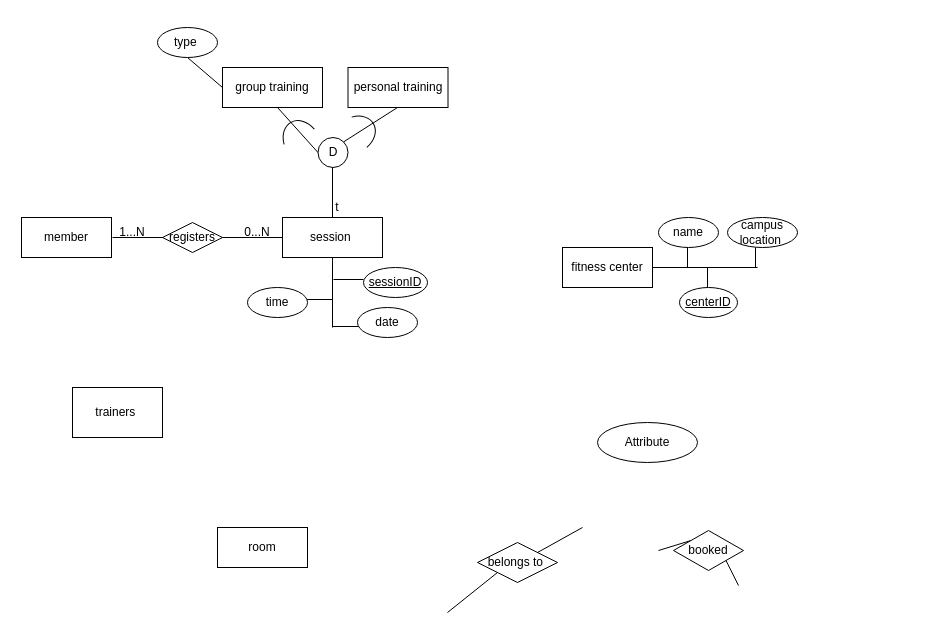
Before: fitness_Club_Extension.drawio in victoriapuck15/ERdiagrams-, a draw.io diagram. Source tidied: cells renumbered, new cells numbered last; positions are measured from the earlier drawing's top-left corner, leaving out a move shared by most shapes. Both pictures are drawn from the tidied source at 100%, with x=0, y=0 at pixel (21, 27).
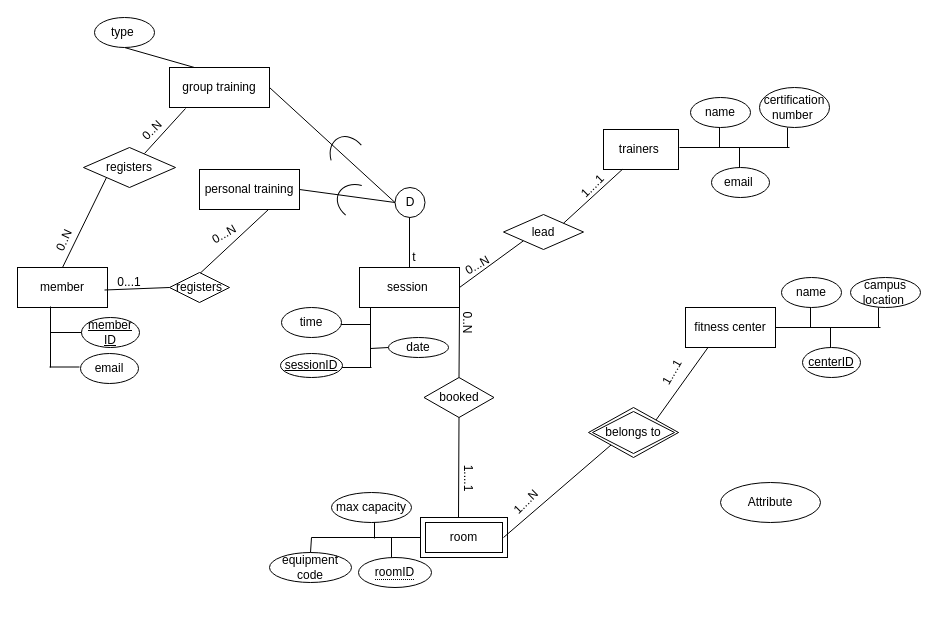
After the change.

The edit, as a diff of the source:
```diff
@@
     <mxCell id="2" value="member" style="rounded=0;whiteSpace=wrap;html=1;" parent="1" vertex="1">
-      <mxGeometry y="190" width="90" height="40" as="geometry" />
+      <mxGeometry x="-4" y="240" width="90" height="40" as="geometry" />
     </mxCell>
     <mxCell id="3" value="session&amp;nbsp;" style="whiteSpace=wrap;html=1;" parent="1" vertex="1">
-      <mxGeometry x="261" y="190" width="100" height="40" as="geometry" />
+      <mxGeometry x="338" y="240" width="100" height="40" as="geometry" />
     </mxCell>
-    <mxCell id="4" value="room" style="whiteSpace=wrap;html=1;" parent="1" vertex="1">
-      <mxGeometry x="196" y="500" width="90" height="40" as="geometry" />
-    </mxCell>
     <mxCell id="5" value="trainers&amp;nbsp;&lt;br&gt;" style="whiteSpace=wrap;html=1;" parent="1" vertex="1">
-      <mxGeometry x="51" y="360" width="90" height="50" as="geometry" />
+      <mxGeometry x="582" y="102" width="75" height="40" as="geometry" />
     </mxCell>
-    <mxCell id="6" style="endArrow=none;html=1;rounded=0;exitX=1;exitY=0.5;exitDx=0;exitDy=0;entryX=0;entryY=0.5;entryDx=0;entryDy=0;" parent="1" edge="1" target="3">
-      <mxGeometry relative="1" as="geometry">
-        <mxPoint x="91" y="210" as="sourcePoint" />
-      </mxGeometry>
+    <mxCell id="6" style="endArrow=none;html=1;rounded=0;exitX=0;exitY=0.75;exitDx=0;exitDy=0;entryX=0.69;entryY=1;entryDx=0;entryDy=0;startArrow=none;entryPerimeter=0;" parent="1" edge="1" source="7" target="29">
+      <mxGeometry relative="1" as="geometry" />
     </mxCell>
-    <mxCell id="7" value="registers" style="shape=rhombus;perimeter=rhombusPerimeter;whiteSpace=wrap;html=1;align=center;" parent="1" vertex="1">
-      <mxGeometry x="141" y="195" width="60" height="30" as="geometry" />
-    </mxCell>
-    <mxCell id="8" value="1...N" style="text;html=1;strokeColor=none;fillColor=none;align=center;verticalAlign=middle;whiteSpace=wrap;rounded=0;" parent="1" vertex="1">
-      <mxGeometry x="86" y="190" width="50" height="30" as="geometry" />
+    <mxCell id="8" value="0...1" style="text;html=1;strokeColor=none;fillColor=none;align=center;verticalAlign=middle;whiteSpace=wrap;rounded=0;" parent="1" vertex="1">
+      <mxGeometry x="83" y="240" width="50" height="30" as="geometry" />
     </mxCell>
-    <mxCell id="9" value="0...N" style="text;html=1;strokeColor=none;fillColor=none;align=center;verticalAlign=middle;whiteSpace=wrap;rounded=0;" parent="1" vertex="1">
-      <mxGeometry x="211" y="190" width="50" height="30" as="geometry" />
+    <mxCell id="9" value="0...N" style="text;html=1;strokeColor=none;fillColor=none;align=center;verticalAlign=middle;whiteSpace=wrap;rounded=0;rotation=-30;" parent="1" vertex="1">
+      <mxGeometry x="178" y="192" width="50" height="30" as="geometry" />
     </mxCell>
     <mxCell id="10" value="fitness center" style="rounded=0;whiteSpace=wrap;html=1;" parent="1" vertex="1">
-      <mxGeometry x="541" y="220" width="90" height="40" as="geometry" />
+      <mxGeometry x="664" y="280" width="90" height="40" as="geometry" />
     </mxCell>
     <mxCell id="11" value="Attribute" style="ellipse;whiteSpace=wrap;html=1;align=center;" parent="1" vertex="1">
-      <mxGeometry x="576" y="395" width="100" height="40" as="geometry" />
+      <mxGeometry x="699" y="455" width="100" height="40" as="geometry" />
     </mxCell>
     <mxCell id="12" value="&lt;u&gt;centerID&lt;/u&gt;" style="ellipse;whiteSpace=wrap;html=1;align=center;" parent="1" vertex="1">
-      <mxGeometry x="658" y="260" width="58" height="30" as="geometry" />
+      <mxGeometry x="781" y="320" width="58" height="30" as="geometry" />
     </mxCell>
     <mxCell id="13" value="name" style="ellipse;whiteSpace=wrap;html=1;align=center;" parent="1" vertex="1">
-      <mxGeometry x="637" y="190" width="60" height="30" as="geometry" />
+      <mxGeometry x="760" y="250" width="60" height="30" as="geometry" />
     </mxCell>
     <mxCell id="14" value="campus location&amp;nbsp;" style="ellipse;whiteSpace=wrap;html=1;align=center;" parent="1" vertex="1">
-      <mxGeometry x="706" y="190" width="70" height="30" as="geometry" />
+      <mxGeometry x="829" y="250" width="70" height="30" as="geometry" />
     </mxCell>
     <mxCell id="15" style="endArrow=none;html=1;rounded=0;exitX=1;exitY=0.5;exitDx=0;exitDy=0;" parent="1" edge="1" source="10">
       <mxGeometry relative="1" as="geometry">
-        <mxPoint x="736" y="240" as="targetPoint" />
+        <mxPoint x="859" y="300" as="targetPoint" />
       </mxGeometry>
     </mxCell>
     <mxCell id="16" style="endArrow=none;html=1;rounded=0;" parent="1" edge="1">
       <mxGeometry relative="1" as="geometry">
-        <mxPoint x="666" y="240" as="sourcePoint" />
-        <mxPoint x="666" y="220" as="targetPoint" />
+        <mxPoint x="789" y="300" as="sourcePoint" />
+        <mxPoint x="789" y="280" as="targetPoint" />
       </mxGeometry>
     </mxCell>
     <mxCell id="17" style="endArrow=none;html=1;rounded=0;" parent="1" edge="1">
       <mxGeometry relative="1" as="geometry">
-        <mxPoint x="686" y="260" as="sourcePoint" />
-        <mxPoint x="686" y="240" as="targetPoint" />
+        <mxPoint x="809" y="320" as="sourcePoint" />
+        <mxPoint x="809" y="300" as="targetPoint" />
       </mxGeometry>
     </mxCell>
     <mxCell id="18" style="endArrow=none;html=1;rounded=0;" parent="1" edge="1">
       <mxGeometry relative="1" as="geometry">
-        <mxPoint x="734" y="220" as="sourcePoint" />
-        <mxPoint x="734" y="240" as="targetPoint" />
+        <mxPoint x="857" y="280" as="sourcePoint" />
+        <mxPoint x="857" y="300" as="targetPoint" />
       </mxGeometry>
     </mxCell>
-    <mxCell id="19" value="belongs to&amp;nbsp;" style="shape=rhombus;perimeter=rhombusPerimeter;whiteSpace=wrap;html=1;align=center;" parent="1" vertex="1">
-      <mxGeometry x="456" y="515" width="80" height="40" as="geometry" />
-    </mxCell>
-    <mxCell id="20" style="endArrow=none;html=1;rounded=0;entryX=0;entryY=1;entryDx=0;entryDy=0;exitX=1;exitY=0.5;exitDx=0;exitDy=0;" parent="1" edge="1" target="19">
+    <mxCell id="20" style="endArrow=none;html=1;rounded=0;entryX=0;entryY=1;entryDx=0;entryDy=0;exitX=1;exitY=0.5;exitDx=0;exitDy=0;startArrow=none;" parent="1" edge="1" source="19">
       <mxGeometry relative="1" as="geometry">
-        <mxPoint x="426" y="585" as="sourcePoint" />
+        <mxPoint x="599" y="405" as="targetPoint" />
       </mxGeometry>
     </mxCell>
-    <mxCell id="21" style="endArrow=none;html=1;rounded=0;exitX=1;exitY=0;exitDx=0;exitDy=0;" parent="1" edge="1" source="19">
-      <mxGeometry relative="1" as="geometry">
-        <mxPoint x="561" y="500" as="targetPoint" />
-      </mxGeometry>
+    <mxCell id="21" style="endArrow=none;html=1;rounded=0;exitX=1;exitY=0;exitDx=0;exitDy=0;entryX=0.25;entryY=1;entryDx=0;entryDy=0;" parent="1" edge="1" source="19" target="10">
+      <mxGeometry relative="1" as="geometry" />
     </mxCell>
-    <mxCell id="22" style="endArrow=none;html=1;rounded=0;exitX=0;exitY=0;exitDx=0;exitDy=0;" parent="1" edge="1" source="23">
-      <mxGeometry relative="1" as="geometry">
-        <mxPoint x="637" y="523" as="targetPoint" />
-      </mxGeometry>
+    <mxCell id="22" style="endArrow=none;html=1;rounded=0;exitX=0.5;exitY=0;exitDx=0;exitDy=0;entryX=1;entryY=1;entryDx=0;entryDy=0;" parent="1" edge="1" source="23" target="3">
+      <mxGeometry relative="1" as="geometry" />
     </mxCell>
     <mxCell id="23" value="booked" style="shape=rhombus;perimeter=rhombusPerimeter;whiteSpace=wrap;html=1;align=center;" parent="1" vertex="1">
-      <mxGeometry x="652" y="503" width="70" height="40" as="geometry" />
+      <mxGeometry x="402.5" y="350" width="70" height="40" as="geometry" />
     </mxCell>
-    <mxCell id="24" style="endArrow=none;html=1;rounded=0;entryX=1;entryY=1;entryDx=0;entryDy=0;" parent="1" edge="1" target="23">
+    <mxCell id="24" style="endArrow=none;html=1;rounded=0;entryX=0.5;entryY=1;entryDx=0;entryDy=0;exitX=0.5;exitY=0;exitDx=0;exitDy=0;" parent="1" edge="1" target="23">
       <mxGeometry relative="1" as="geometry">
-        <mxPoint x="717" y="558" as="sourcePoint" />
+        <mxPoint x="437" y="490" as="sourcePoint" />
       </mxGeometry>
     </mxCell>
     <mxCell id="25" style="endArrow=none;html=1;rounded=0;exitX=0.5;exitY=0;exitDx=0;exitDy=0;" parent="1" edge="1" source="3">
       <mxGeometry relative="1" as="geometry">
-        <mxPoint x="311" y="140" as="targetPoint" />
+        <mxPoint x="388" y="190" as="targetPoint" />
       </mxGeometry>
     </mxCell>
     <mxCell id="26" value="D" style="ellipse;whiteSpace=wrap;html=1;" parent="1" vertex="1">
-      <mxGeometry x="296.5" y="110" width="30" height="30" as="geometry" />
+      <mxGeometry x="373.5" y="160" width="30" height="30" as="geometry" />
     </mxCell>
-    <mxCell id="27" style="endArrow=none;html=1;rounded=0;entryX=0;entryY=0.5;entryDx=0;entryDy=0;" parent="1" edge="1" target="26">
-      <mxGeometry relative="1" as="geometry">
-        <mxPoint x="256" y="80" as="sourcePoint" />
-      </mxGeometry>
+    <mxCell id="27" style="endArrow=none;html=1;rounded=0;entryX=0;entryY=0.5;entryDx=0;entryDy=0;exitX=1;exitY=0.5;exitDx=0;exitDy=0;" parent="1" edge="1" source="28" target="26">
+      <mxGeometry relative="1" as="geometry" />
     </mxCell>
     <mxCell id="28" value="group training" style="whiteSpace=wrap;html=1;" parent="1" vertex="1">
-      <mxGeometry x="201" y="40" width="100" height="40" as="geometry" />
+      <mxGeometry x="148" y="40" width="100" height="40" as="geometry" />
     </mxCell>
     <mxCell id="29" value="personal training" style="whiteSpace=wrap;html=1;" parent="1" vertex="1">
-      <mxGeometry x="326.5" y="40" width="100" height="40" as="geometry" />
+      <mxGeometry x="178" y="142" width="100" height="40" as="geometry" />
     </mxCell>
     <mxCell id="30" value="t" style="text;html=1;strokeColor=none;fillColor=none;align=center;verticalAlign=middle;whiteSpace=wrap;rounded=0;" parent="1" vertex="1">
-      <mxGeometry x="286" y="165" width="60" height="30" as="geometry" />
+      <mxGeometry x="363" y="215" width="60" height="30" as="geometry" />
     </mxCell>
     <mxCell id="31" style="verticalLabelPosition=bottom;verticalAlign=top;html=1;shape=mxgraph.basic.arc;startAngle=0.3;endAngle=0.7148540097206723;rotation=-210;" parent="1" vertex="1">
-      <mxGeometry x="263" y="92" width="35" height="45" as="geometry" />
+      <mxGeometry x="310" y="108" width="35" height="45" as="geometry" />
     </mxCell>
-    <mxCell id="32" style="endArrow=none;html=1;rounded=0;entryX=1;entryY=0;entryDx=0;entryDy=0;" parent="1" edge="1" target="26">
-      <mxGeometry relative="1" as="geometry">
-        <mxPoint x="376" y="80" as="sourcePoint" />
-      </mxGeometry>
+    <mxCell id="32" style="endArrow=none;html=1;rounded=0;entryX=0;entryY=0.5;entryDx=0;entryDy=0;exitX=1;exitY=0.5;exitDx=0;exitDy=0;" parent="1" edge="1" source="29" target="26">
+      <mxGeometry relative="1" as="geometry" />
     </mxCell>
-    <mxCell id="33" style="verticalLabelPosition=bottom;verticalAlign=top;html=1;shape=mxgraph.basic.arc;startAngle=0.3;endAngle=0.7148540097206723;rotation=-120;" parent="1" vertex="1">
-      <mxGeometry x="315" y="85" width="35" height="45" as="geometry" />
+    <mxCell id="33" style="verticalLabelPosition=bottom;verticalAlign=top;html=1;shape=mxgraph.basic.arc;startAngle=0.3;endAngle=0.7148540097206723;rotation=115;" parent="1" vertex="1">
+      <mxGeometry x="320" y="153" width="35" height="45" as="geometry" />
     </mxCell>
-    <mxCell id="34" style="endArrow=none;html=1;rounded=0;entryX=0.5;entryY=1;entryDx=0;entryDy=0;" parent="1" edge="1" target="3">
+    <mxCell id="34" style="endArrow=none;html=1;rounded=0;" parent="1" edge="1">
       <mxGeometry relative="1" as="geometry">
-        <mxPoint x="311" y="300" as="sourcePoint" />
+        <mxPoint x="349" y="340" as="sourcePoint" />
+        <mxPoint x="349" y="280" as="targetPoint" />
       </mxGeometry>
     </mxCell>
     <mxCell id="35" style="endArrow=none;html=1;rounded=0;" parent="1" edge="1">
       <mxGeometry relative="1" as="geometry">
-        <mxPoint x="312" y="252" as="sourcePoint" />
-        <mxPoint x="342" y="252" as="targetPoint" />
+        <mxPoint x="320" y="340" as="sourcePoint" />
+        <mxPoint x="350" y="340" as="targetPoint" />
       </mxGeometry>
     </mxCell>
-    <mxCell id="36" style="endArrow=none;html=1;rounded=0;" parent="1" edge="1">
+    <mxCell id="36" style="endArrow=none;html=1;rounded=0;entryX=0;entryY=0.5;entryDx=0;entryDy=0;" parent="1" edge="1" target="39">
       <mxGeometry relative="1" as="geometry">
-        <mxPoint x="311" y="299" as="sourcePoint" />
-        <mxPoint x="341" y="299" as="targetPoint" />
+        <mxPoint x="349" y="321" as="sourcePoint" />
       </mxGeometry>
     </mxCell>
     <mxCell id="37" style="endArrow=none;html=1;rounded=0;" parent="1" edge="1">
       <mxGeometry relative="1" as="geometry">
-        <mxPoint x="281" y="272" as="sourcePoint" />
-        <mxPoint x="311" y="272" as="targetPoint" />
+        <mxPoint x="319" y="297" as="sourcePoint" />
+        <mxPoint x="349" y="297" as="targetPoint" />
       </mxGeometry>
     </mxCell>
     <mxCell id="38" value="&lt;u&gt;sessionID&lt;/u&gt;" style="ellipse;whiteSpace=wrap;html=1;align=center;" parent="1" vertex="1">
-      <mxGeometry x="342" y="240" width="64" height="30" as="geometry" />
+      <mxGeometry x="259" y="326" width="62" height="24" as="geometry" />
     </mxCell>
     <mxCell id="39" value="date" style="ellipse;whiteSpace=wrap;html=1;align=center;" parent="1" vertex="1">
-      <mxGeometry x="336" y="280" width="60" height="30" as="geometry" />
+      <mxGeometry x="367" y="310" width="60" height="20" as="geometry" />
     </mxCell>
     <mxCell id="40" value="time" style="ellipse;whiteSpace=wrap;html=1;align=center;" parent="1" vertex="1">
-      <mxGeometry x="226" y="260" width="60" height="30" as="geometry" />
+      <mxGeometry x="260" y="280" width="60" height="30" as="geometry" />
     </mxCell>
-    <mxCell id="41" style="endArrow=none;html=1;rounded=0;exitX=0.5;exitY=1;exitDx=0;exitDy=0;entryX=0;entryY=0.5;entryDx=0;entryDy=0;" parent="1" edge="1" source="42" target="28">
+    <mxCell id="41" style="endArrow=none;html=1;rounded=0;exitX=0.5;exitY=1;exitDx=0;exitDy=0;entryX=0.25;entryY=0;entryDx=0;entryDy=0;" parent="1" edge="1" source="42" target="28">
       <mxGeometry relative="1" as="geometry" />
     </mxCell>
     <mxCell id="42" value="type&amp;nbsp;" style="ellipse;whiteSpace=wrap;html=1;align=center;" parent="1" vertex="1">
-      <mxGeometry x="136" width="60" height="30" as="geometry" />
+      <mxGeometry x="73" y="-10" width="60" height="30" as="geometry" />
     </mxCell>
+    <mxCell id="43" style="endArrow=none;html=1;rounded=0;exitX=1;exitY=0.5;exitDx=0;exitDy=0;entryX=0;entryY=1;entryDx=0;entryDy=0;" parent="1" edge="1" source="3" target="44">
+      <mxGeometry relative="1" as="geometry" />
+    </mxCell>
+    <mxCell id="44" value="lead" style="shape=rhombus;perimeter=rhombusPerimeter;whiteSpace=wrap;html=1;align=center;" parent="1" vertex="1">
+      <mxGeometry x="482" y="187" width="80" height="35" as="geometry" />
+    </mxCell>
+    <mxCell id="45" style="endArrow=none;html=1;rounded=0;exitX=1;exitY=0;exitDx=0;exitDy=0;entryX=0.25;entryY=1;entryDx=0;entryDy=0;" parent="1" edge="1" source="44" target="5">
+      <mxGeometry relative="1" as="geometry" />
+    </mxCell>
+    <mxCell id="46" value="1....1&lt;br&gt;" style="text;html=1;strokeColor=none;fillColor=none;align=center;verticalAlign=middle;whiteSpace=wrap;rounded=0;rotation=-45;" parent="1" vertex="1">
+      <mxGeometry x="541" y="143.5" width="60" height="30" as="geometry" />
+    </mxCell>
+    <mxCell id="47" value="0...N" style="text;html=1;strokeColor=none;fillColor=none;align=center;verticalAlign=middle;whiteSpace=wrap;rounded=0;rotation=-30;" parent="1" vertex="1">
+      <mxGeometry x="426" y="225" width="60" height="25" as="geometry" />
+    </mxCell>
+    <mxCell id="48" style="endArrow=none;html=1;rounded=0;entryX=0;entryY=0.5;entryDx=0;entryDy=0;" parent="1" edge="1" target="4">
+      <mxGeometry relative="1" as="geometry">
+        <mxPoint x="290" y="510" as="sourcePoint" />
+      </mxGeometry>
+    </mxCell>
+    <mxCell id="49" style="endArrow=none;html=1;rounded=0;" parent="1" edge="1">
+      <mxGeometry relative="1" as="geometry">
+        <mxPoint x="370" y="530" as="sourcePoint" />
+        <mxPoint x="370" y="510" as="targetPoint" />
+      </mxGeometry>
+    </mxCell>
+    <mxCell id="50" style="endArrow=none;html=1;rounded=0;" parent="1" edge="1">
+      <mxGeometry relative="1" as="geometry">
+        <mxPoint x="353" y="511" as="sourcePoint" />
+        <mxPoint x="353" y="491" as="targetPoint" />
+      </mxGeometry>
+    </mxCell>
+    <mxCell id="51" value="max capacity" style="ellipse;whiteSpace=wrap;html=1;align=center;" parent="1" vertex="1">
+      <mxGeometry x="310" y="465" width="80" height="30" as="geometry" />
+    </mxCell>
+    <mxCell id="52" value="equipment code" style="ellipse;whiteSpace=wrap;html=1;align=center;" parent="1" vertex="1">
+      <mxGeometry x="248" y="525" width="82" height="30" as="geometry" />
+    </mxCell>
+    <mxCell id="53" style="endArrow=none;html=1;rounded=0;exitX=0.5;exitY=0;exitDx=0;exitDy=0;" parent="1" edge="1" source="52">
+      <mxGeometry relative="1" as="geometry">
+        <mxPoint x="290" y="510" as="targetPoint" />
+      </mxGeometry>
+    </mxCell>
+    <mxCell id="54" value="&lt;span style=&quot;border-bottom: 1px dotted&quot;&gt;roomID&lt;/span&gt;" style="ellipse;whiteSpace=wrap;html=1;align=center;" parent="1" vertex="1">
+      <mxGeometry x="337" y="530" width="73" height="30" as="geometry" />
+    </mxCell>
+    <mxCell id="4" value="room" style="shape=ext;margin=3;double=1;whiteSpace=wrap;html=1;align=center;" parent="1" vertex="1">
+      <mxGeometry x="399" y="490" width="87" height="40" as="geometry" />
+    </mxCell>
+    <mxCell id="19" value="belongs to" style="shape=rhombus;double=1;perimeter=rhombusPerimeter;whiteSpace=wrap;html=1;align=center;" parent="1" vertex="1">
+      <mxGeometry x="567" y="380" width="90" height="50" as="geometry" />
+    </mxCell>
+    <mxCell id="55" style="endArrow=none;html=1;rounded=0;exitX=1;exitY=0.5;exitDx=0;exitDy=0;entryX=0;entryY=1;entryDx=0;entryDy=0;" parent="1" edge="1" target="19">
+      <mxGeometry relative="1" as="geometry">
+        <mxPoint x="482" y="510" as="sourcePoint" />
+      </mxGeometry>
+    </mxCell>
+    <mxCell id="56" value="1....1" style="text;html=1;strokeColor=none;fillColor=none;align=center;verticalAlign=middle;whiteSpace=wrap;rounded=0;rotation=-60;" parent="1" vertex="1">
+      <mxGeometry x="621" y="330" width="60" height="30" as="geometry" />
+    </mxCell>
+    <mxCell id="57" value="0..N" style="text;html=1;strokeColor=none;fillColor=none;align=center;verticalAlign=middle;whiteSpace=wrap;rounded=0;rotation=90;" parent="1" vertex="1">
+      <mxGeometry x="415.5" y="280" width="60" height="30" as="geometry" />
+    </mxCell>
+    <mxCell id="58" value="email&amp;nbsp;" style="ellipse;whiteSpace=wrap;html=1;align=center;" parent="1" vertex="1">
+      <mxGeometry x="690" y="140" width="58" height="30" as="geometry" />
+    </mxCell>
+    <mxCell id="59" value="name" style="ellipse;whiteSpace=wrap;html=1;align=center;" parent="1" vertex="1">
+      <mxGeometry x="669" y="70" width="60" height="30" as="geometry" />
+    </mxCell>
+    <mxCell id="60" value="certification number&amp;nbsp;" style="ellipse;whiteSpace=wrap;html=1;align=center;" parent="1" vertex="1">
+      <mxGeometry x="738" y="60" width="70" height="40" as="geometry" />
+    </mxCell>
+    <mxCell id="61" style="endArrow=none;html=1;rounded=0;" parent="1" edge="1">
+      <mxGeometry relative="1" as="geometry">
+        <mxPoint x="698" y="120" as="sourcePoint" />
+        <mxPoint x="698" y="100" as="targetPoint" />
+      </mxGeometry>
+    </mxCell>
+    <mxCell id="62" style="endArrow=none;html=1;rounded=0;" parent="1" edge="1">
+      <mxGeometry relative="1" as="geometry">
+        <mxPoint x="718" y="140" as="sourcePoint" />
+        <mxPoint x="718" y="120" as="targetPoint" />
+      </mxGeometry>
+    </mxCell>
+    <mxCell id="63" style="endArrow=none;html=1;rounded=0;" parent="1" edge="1">
+      <mxGeometry relative="1" as="geometry">
+        <mxPoint x="766" y="100" as="sourcePoint" />
+        <mxPoint x="766" y="120" as="targetPoint" />
+      </mxGeometry>
+    </mxCell>
+    <mxCell id="64" style="endArrow=none;html=1;rounded=0;" parent="1" edge="1">
+      <mxGeometry relative="1" as="geometry">
+        <mxPoint x="658" y="120" as="sourcePoint" />
+        <mxPoint x="768" y="120" as="targetPoint" />
+      </mxGeometry>
+    </mxCell>
+    <mxCell id="65" value="&lt;u&gt;member ID&lt;/u&gt;" style="ellipse;whiteSpace=wrap;html=1;align=center;" parent="1" vertex="1">
+      <mxGeometry x="60" y="290" width="58" height="30" as="geometry" />
+    </mxCell>
+    <mxCell id="66" style="endArrow=none;html=1;rounded=0;entryX=0.411;entryY=0.975;entryDx=0;entryDy=0;entryPerimeter=0;" parent="1" edge="1">
+      <mxGeometry relative="1" as="geometry">
+        <mxPoint x="29" y="340" as="sourcePoint" />
+        <mxPoint x="29" y="279" as="targetPoint" />
+      </mxGeometry>
+    </mxCell>
+    <mxCell id="67" style="endArrow=none;html=1;rounded=0;entryX=0;entryY=0.5;entryDx=0;entryDy=0;" parent="1" edge="1" target="65">
+      <mxGeometry relative="1" as="geometry">
+        <mxPoint x="29" y="305" as="sourcePoint" />
+      </mxGeometry>
+    </mxCell>
+    <mxCell id="68" value="email" style="ellipse;whiteSpace=wrap;html=1;align=center;" parent="1" vertex="1">
+      <mxGeometry x="59" y="326" width="58" height="30" as="geometry" />
+    </mxCell>
+    <mxCell id="69" style="endArrow=none;html=1;rounded=0;entryX=0;entryY=0.5;entryDx=0;entryDy=0;" parent="1" edge="1">
+      <mxGeometry relative="1" as="geometry">
+        <mxPoint x="28" y="339.5" as="sourcePoint" />
+        <mxPoint x="58" y="339.5" as="targetPoint" />
+      </mxGeometry>
+    </mxCell>
+    <mxCell id="70" value="1....N" style="text;html=1;strokeColor=none;fillColor=none;align=center;verticalAlign=middle;whiteSpace=wrap;rounded=0;rotation=-45;" parent="1" vertex="1">
+      <mxGeometry x="474.5" y="460" width="60" height="30" as="geometry" />
+    </mxCell>
+    <mxCell id="71" value="1....1" style="text;html=1;strokeColor=none;fillColor=none;align=center;verticalAlign=middle;whiteSpace=wrap;rounded=0;rotation=90;" parent="1" vertex="1">
+      <mxGeometry x="417" y="436" width="60" height="30" as="geometry" />
+    </mxCell>
+    <mxCell id="7" value="registers" style="shape=rhombus;perimeter=rhombusPerimeter;whiteSpace=wrap;html=1;align=center;" parent="1" vertex="1">
+      <mxGeometry x="148" y="245" width="60" height="30" as="geometry" />
+    </mxCell>
+    <mxCell id="72" style="endArrow=none;html=1;rounded=0;exitX=0;exitY=0.75;exitDx=0;exitDy=0;entryX=0;entryY=0.5;entryDx=0;entryDy=0;" parent="1" edge="1" source="8" target="7">
+      <mxGeometry relative="1" as="geometry" />
+    </mxCell>
+    <mxCell id="73" style="endArrow=none;html=1;rounded=0;exitX=0.5;exitY=0;exitDx=0;exitDy=0;entryX=0;entryY=1;entryDx=0;entryDy=0;" parent="1" edge="1" source="2" target="74">
+      <mxGeometry relative="1" as="geometry" />
+    </mxCell>
+    <mxCell id="74" value="registers" style="shape=rhombus;perimeter=rhombusPerimeter;whiteSpace=wrap;html=1;align=center;" parent="1" vertex="1">
+      <mxGeometry x="62" y="120" width="92" height="40" as="geometry" />
+    </mxCell>
+    <mxCell id="75" style="endArrow=none;html=1;rounded=0;exitX=0.663;exitY=0.15;exitDx=0;exitDy=0;entryX=0.16;entryY=1.025;entryDx=0;entryDy=0;exitPerimeter=0;entryPerimeter=0;" parent="1" edge="1" source="74" target="28">
+      <mxGeometry relative="1" as="geometry" />
+    </mxCell>
+    <mxCell id="76" value="0..N" style="text;html=1;strokeColor=none;fillColor=none;align=center;verticalAlign=middle;whiteSpace=wrap;rounded=0;rotation=-65;" parent="1" vertex="1">
+      <mxGeometry x="13" y="198" width="60" height="30" as="geometry" />
+    </mxCell>
+    <mxCell id="77" value="0..N" style="text;html=1;strokeColor=none;fillColor=none;align=center;verticalAlign=middle;whiteSpace=wrap;rounded=0;rotation=-45;" parent="1" vertex="1">
+      <mxGeometry x="101" y="88" width="60" height="30" as="geometry" />
+    </mxCell>
```
